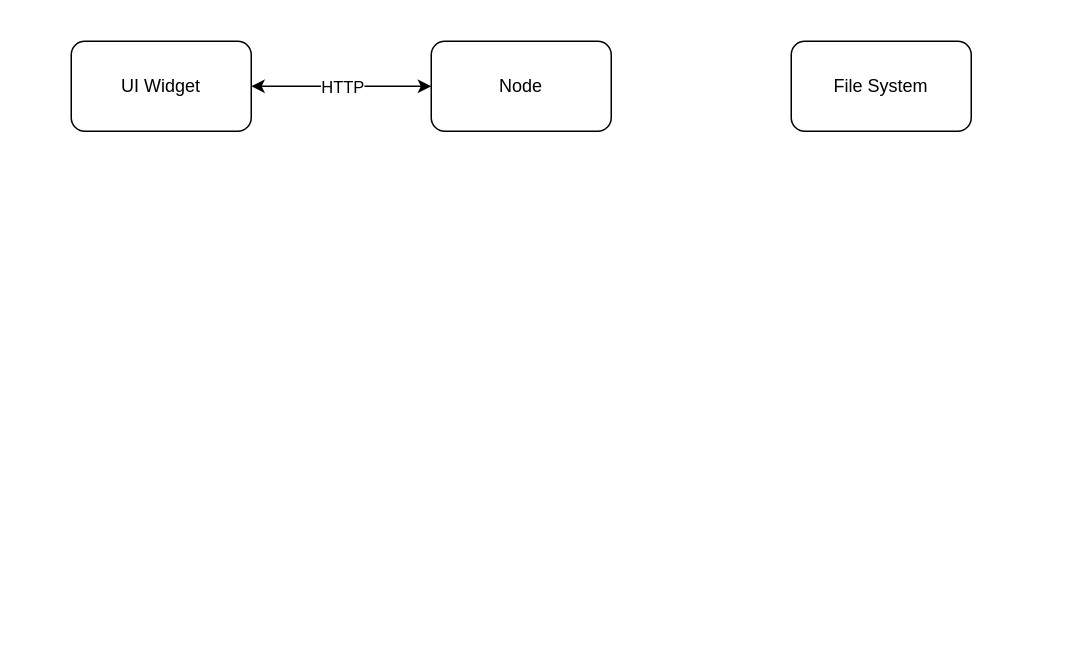
This is arch.drawio from rupweb/ws-front-end, a draw.io file, before an edit. Source tidied: cells renumbered, new cells numbered last; positions are measured from the earlier drawing's top-left corner, leaving out a move shared by most shapes. Both pictures are drawn from the tidied source at 150%, with x=0, y=0 at pixel (70, 40).
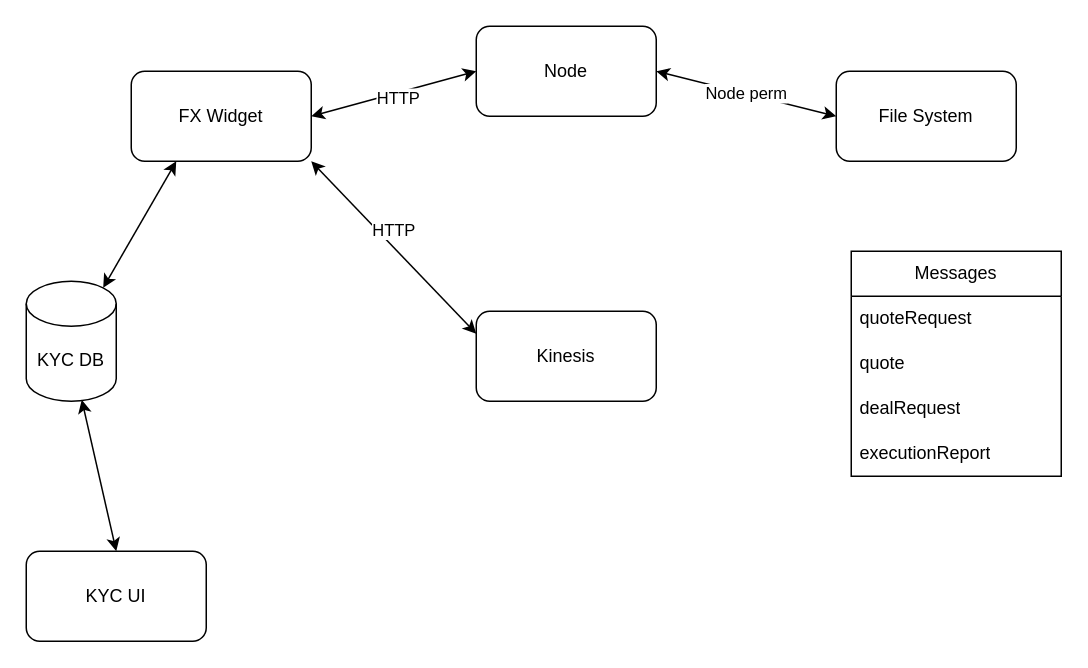
Above is the later version.

What changed in the source:
```diff
@@
-    <mxCell id="2" value="UI Widget" style="rounded=1;whiteSpace=wrap;html=1;" parent="1" vertex="1">
-      <mxGeometry width="120" height="60" as="geometry" />
+    <mxCell id="2" value="FX Widget" style="rounded=1;whiteSpace=wrap;html=1;" parent="1" vertex="1">
+      <mxGeometry x="40" y="20" width="120" height="60" as="geometry" />
     </mxCell>
     <mxCell id="3" value="Node" style="rounded=1;whiteSpace=wrap;html=1;" parent="1" vertex="1">
-      <mxGeometry x="240" width="120" height="60" as="geometry" />
+      <mxGeometry x="270" y="-10" width="120" height="60" as="geometry" />
     </mxCell>
     <mxCell id="4" value="File System" style="rounded=1;whiteSpace=wrap;html=1;" parent="1" vertex="1">
-      <mxGeometry x="480" width="120" height="60" as="geometry" />
+      <mxGeometry x="510" y="20" width="120" height="60" as="geometry" />
     </mxCell>
@@
+    <mxCell id="7" value="Node perm" style="endArrow=classic;startArrow=classic;html=1;entryX=0;entryY=0.5;entryDx=0;entryDy=0;exitX=1;exitY=0.5;exitDx=0;exitDy=0;" parent="1" edge="1" source="3" target="4">
+      <mxGeometry relative="1" as="geometry" />
+    </mxCell>
+    <mxCell id="8" value="Messages" style="swimlane;fontStyle=0;horizontal=1;startSize=30;whiteSpace=wrap;html=1;" parent="1" vertex="1">
+      <mxGeometry x="520" y="140" width="140" height="150" as="geometry" />
+    </mxCell>
+    <mxCell id="9" value="quoteRequest" style="text;strokeColor=none;fillColor=none;align=left;verticalAlign=middle;spacingLeft=4;spacingRight=4;overflow=hidden;whiteSpace=wrap;html=1;" parent="8" vertex="1">
+      <mxGeometry y="30" width="140" height="30" as="geometry" />
+    </mxCell>
+    <mxCell id="10" value="quote" style="text;strokeColor=none;fillColor=none;align=left;verticalAlign=middle;spacingLeft=4;spacingRight=4;overflow=hidden;whiteSpace=wrap;html=1;" parent="8" vertex="1">
+      <mxGeometry y="60" width="140" height="30" as="geometry" />
+    </mxCell>
+    <mxCell id="11" value="dealRequest" style="text;strokeColor=none;fillColor=none;align=left;verticalAlign=middle;spacingLeft=4;spacingRight=4;overflow=hidden;whiteSpace=wrap;html=1;" parent="8" vertex="1">
+      <mxGeometry y="90" width="140" height="30" as="geometry" />
+    </mxCell>
+    <mxCell id="12" value="executionReport" style="text;strokeColor=none;fillColor=none;align=left;verticalAlign=middle;spacingLeft=4;spacingRight=4;overflow=hidden;whiteSpace=wrap;html=1;" parent="8" vertex="1">
+      <mxGeometry y="120" width="140" height="30" as="geometry" />
+    </mxCell>
+    <mxCell id="13" value="KYC UI" style="rounded=1;whiteSpace=wrap;html=1;" parent="1" vertex="1">
+      <mxGeometry x="-30" y="340" width="120" height="60" as="geometry" />
+    </mxCell>
+    <mxCell id="14" style="endArrow=classic;startArrow=classic;html=1;exitX=1;exitY=1;exitDx=0;exitDy=0;entryX=0;entryY=0.25;entryDx=0;entryDy=0;" parent="1" edge="1" source="2" target="16">
+      <mxGeometry relative="1" as="geometry" />
+    </mxCell>
+    <mxCell id="15" value="HTTP" style="edgeLabel;html=1;align=center;verticalAlign=middle;" parent="14" vertex="1">
+      <mxGeometry x="-0.2" y="-3" relative="1" as="geometry">
+        <mxPoint x="12" y="-3" as="offset" />
+      </mxGeometry>
+    </mxCell>
+    <mxCell id="16" value="Kinesis" style="rounded=1;whiteSpace=wrap;html=1;" parent="1" vertex="1">
+      <mxGeometry x="270" y="180" width="120" height="60" as="geometry" />
+    </mxCell>
+    <mxCell id="17" value="KYC DB" style="shape=cylinder3;whiteSpace=wrap;html=1;boundedLbl=1;backgroundOutline=1;size=15;" parent="1" vertex="1">
+      <mxGeometry x="-30" y="160" width="60" height="80" as="geometry" />
+    </mxCell>
+    <mxCell id="18" style="endArrow=classic;startArrow=classic;html=1;entryX=0.617;entryY=0.988;entryDx=0;entryDy=0;exitX=0.5;exitY=0;exitDx=0;exitDy=0;entryPerimeter=0;" parent="1" edge="1" source="13" target="17">
+      <mxGeometry relative="1" as="geometry" />
+    </mxCell>
+    <mxCell id="19" style="endArrow=classic;startArrow=classic;html=1;entryX=0.25;entryY=1;entryDx=0;entryDy=0;exitX=0.855;exitY=0;exitDx=0;exitDy=4.35;exitPerimeter=0;" parent="1" edge="1" source="17" target="2">
+      <mxGeometry relative="1" as="geometry" />
+    </mxCell>
```
